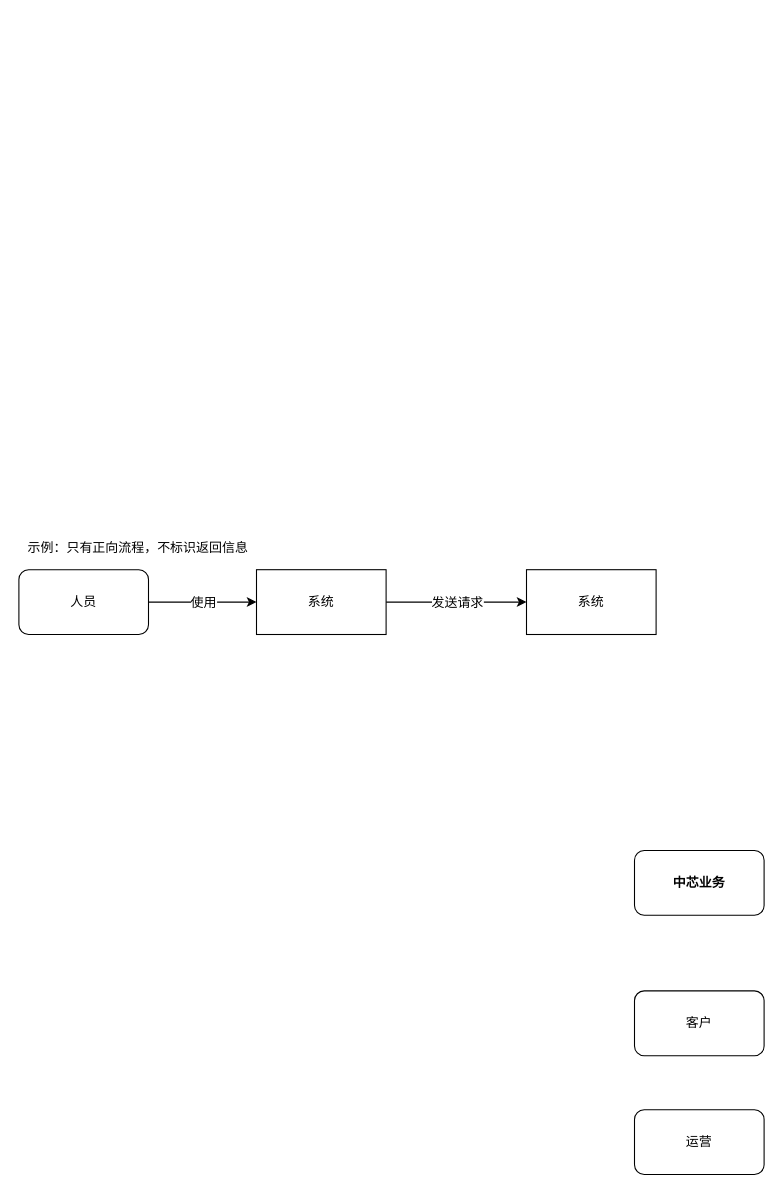
This is md/中芯供应链流程.drawio from techctu/Weki, a draw.io file, before an edit. Source tidied: cells renumbered, new cells numbered last; positions are measured from the earlier drawing's top-left corner, leaving out a move shared by most shapes. Both pictures are drawn from the tidied source at 108%, with x=0, y=0 at pixel (18, 537).
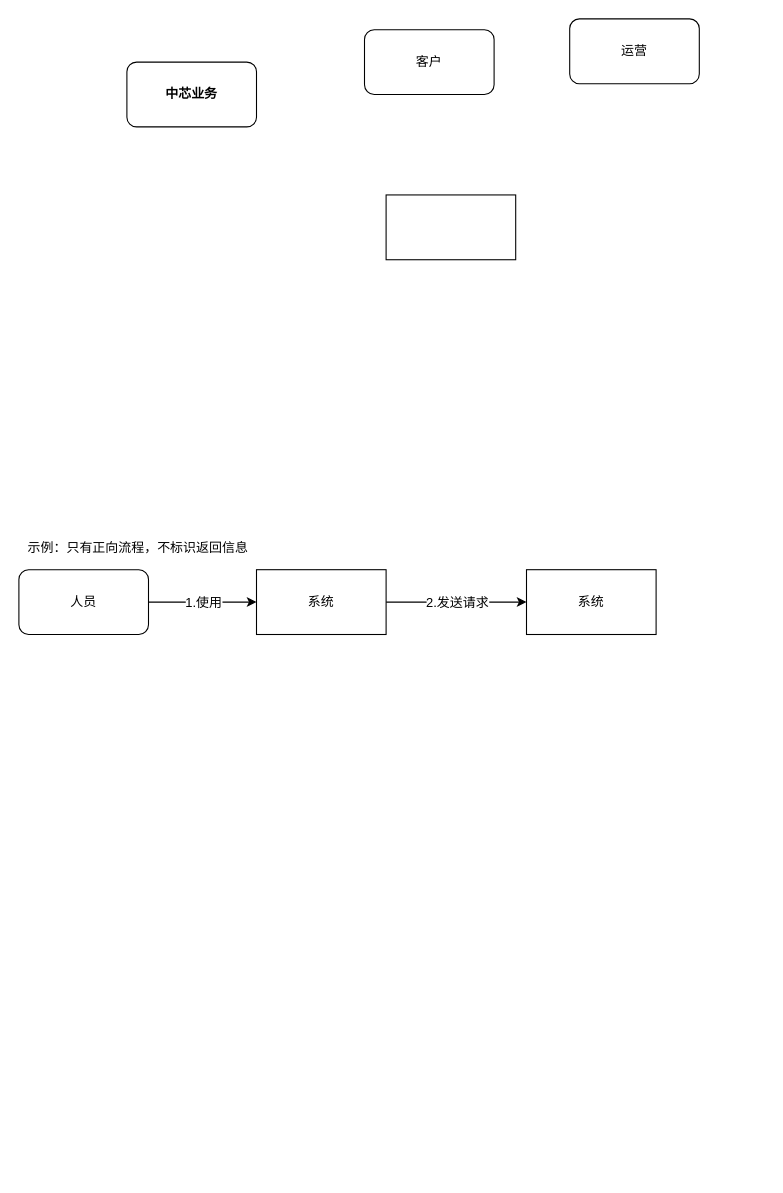
The same diagram, later.

Commit message (it also covers changes not shown here):
Update 中芯供应链流程.drawio

Diff of the diagram source:
```diff
@@
 <mxGraphModel>
   <root>
     <mxCell id="0" />
     <mxCell id="1" parent="0" />
     <mxCell id="2" value="&lt;b&gt;中芯业务&lt;/b&gt;" style="rounded=1;whiteSpace=wrap;html=1;" parent="1" vertex="1">
-      <mxGeometry x="570" y="290" width="120" height="60" as="geometry" />
+      <mxGeometry x="100" y="-440" width="120" height="60" as="geometry" />
     </mxCell>
     <mxCell id="3" value="客户" style="rounded=1;whiteSpace=wrap;html=1;" parent="1" vertex="1">
-      <mxGeometry x="570" y="420" width="120" height="60" as="geometry" />
+      <mxGeometry x="320" y="-470" width="120" height="60" as="geometry" />
     </mxCell>
     <mxCell id="4" value="运营" style="rounded=1;whiteSpace=wrap;html=1;" parent="1" vertex="1">
-      <mxGeometry x="570" y="530" width="120" height="60" as="geometry" />
+      <mxGeometry x="510" y="-480" width="120" height="60" as="geometry" />
     </mxCell>
     <mxCell id="5" value="人员" style="rounded=1;whiteSpace=wrap;html=1;" parent="1" vertex="1">
       <mxGeometry y="30" width="120" height="60" as="geometry" />
     </mxCell>
     <mxCell id="6" style="edgeStyle=orthogonalEdgeStyle;rounded=0;jettySize=auto;html=1;" parent="1" edge="1" source="8" target="9">
       <mxGeometry relative="1" as="geometry" />
     </mxCell>
-    <mxCell id="7" value="发送请求&lt;br&gt;" style="text;html=1;align=center;verticalAlign=middle;labelBackgroundColor=#ffffff;" parent="6" vertex="1">
+    <mxCell id="7" value="2.发送请求&lt;br&gt;" style="text;html=1;align=center;verticalAlign=middle;labelBackgroundColor=#ffffff;" parent="6" vertex="1">
       <mxGeometry x="-0.25" y="1" relative="1" as="geometry">
         <mxPoint x="16" y="1" as="offset" />
       </mxGeometry>
     </mxCell>
     <mxCell id="8" value="系统" style="rounded=0;whiteSpace=wrap;html=1;" parent="1" vertex="1">
       <mxGeometry x="220" y="30" width="120" height="60" as="geometry" />
     </mxCell>
     <mxCell id="9" value="系统" style="rounded=0;whiteSpace=wrap;html=1;" parent="1" vertex="1">
       <mxGeometry x="470" y="30" width="120" height="60" as="geometry" />
     </mxCell>
     <mxCell id="10" style="endArrow=classic;html=1;" parent="1" edge="1" source="5" target="8">
       <mxGeometry relative="1" as="geometry" />
     </mxCell>
-    <mxCell id="11" value="使用&lt;br&gt;" style="text;html=1;align=center;verticalAlign=middle;labelBackgroundColor=#ffffff;" parent="10" vertex="1">
+    <mxCell id="11" value="1.使用&lt;br&gt;" style="text;html=1;align=center;verticalAlign=middle;labelBackgroundColor=#ffffff;" parent="10" vertex="1">
       <mxGeometry x="0.28" y="1" relative="1" as="geometry">
         <mxPoint x="-14" y="1" as="offset" />
       </mxGeometry>
     </mxCell>
     <mxCell id="12" value="示例：只有正向流程，不标识返回信息&lt;br&gt;" style="text;html=1;align=center;verticalAlign=middle;fillColor=none;strokeColor=none;rounded=0;" parent="1" vertex="1">
       <mxGeometry width="220" height="20" as="geometry" />
     </mxCell>
+    <mxCell id="13" style="rounded=0;whiteSpace=wrap;html=1;" parent="1" vertex="1">
+      <mxGeometry x="340" y="-317" width="120" height="60" as="geometry" />
+    </mxCell>
   </root>
 </mxGraphModel>
```
